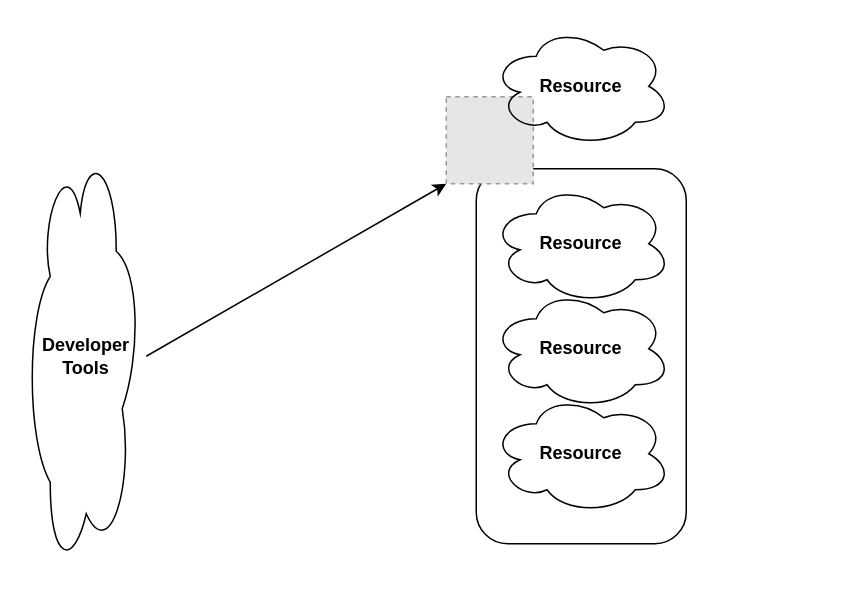
The draw.io diagram integration-account-lifecycle.drawio in nokamoto/draw.io, before the edit. Source tidied: cells renumbered, new cells numbered last; positions are measured from the earlier drawing's top-left corner, leaving out a move shared by most shapes. Both pictures are drawn from the tidied source at 150%, with x=0, y=0 at pixel (26, 26). Pictures stored in the file or linked from it are replaced by grey dashed boxes.
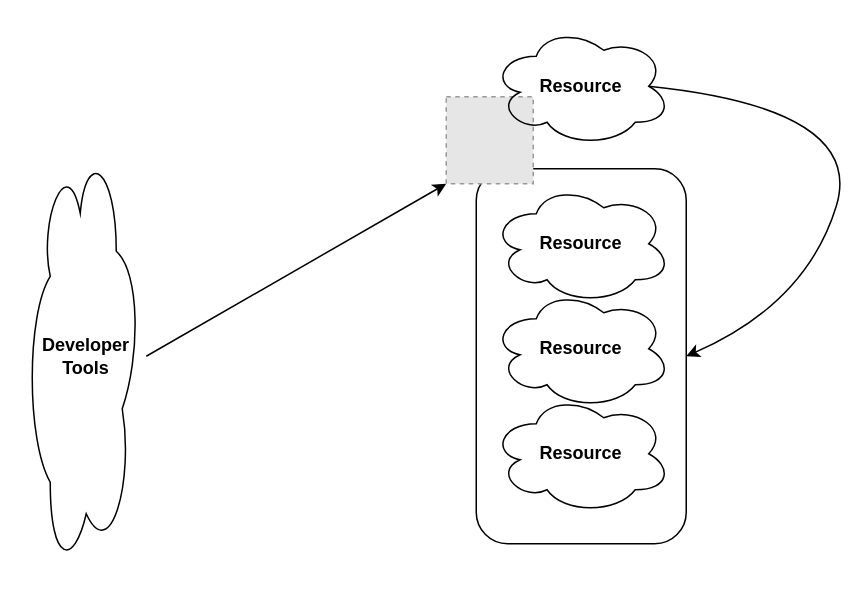
The same page after the edit.

The edit, as a diff of the source:
```diff
@@
 <mxGraphModel>
   <root>
     <mxCell id="0" />
     <mxCell id="1" parent="0" />
     <mxCell id="2" value="&lt;b&gt;Developer Tools&lt;/b&gt;" style="ellipse;shape=cloud;whiteSpace=wrap;html=1;direction=south;" parent="1" vertex="1">
       <mxGeometry y="80" width="80" height="280" as="geometry" />
     </mxCell>
     <mxCell id="3" value="&lt;b&gt;Resource&lt;br&gt;&lt;/b&gt;" style="ellipse;shape=cloud;whiteSpace=wrap;html=1;" parent="1" vertex="1">
       <mxGeometry x="310" y="105" width="120" height="80" as="geometry" />
     </mxCell>
     <mxCell id="4" value="&lt;b&gt;Resource&lt;br&gt;&lt;/b&gt;" style="ellipse;shape=cloud;whiteSpace=wrap;html=1;" parent="1" vertex="1">
       <mxGeometry x="310" y="175" width="120" height="80" as="geometry" />
     </mxCell>
     <mxCell id="5" value="&lt;b&gt;Resource&lt;br&gt;&lt;/b&gt;" style="ellipse;shape=cloud;whiteSpace=wrap;html=1;" parent="1" vertex="1">
       <mxGeometry x="310" y="245" width="120" height="80" as="geometry" />
     </mxCell>
     <mxCell id="6" style="endArrow=classic;html=1;entryX=0;entryY=1;entryDx=0;entryDy=0;" parent="1" edge="1" target="8">
       <mxGeometry relative="1" as="geometry">
         <mxPoint x="80" y="220" as="sourcePoint" />
       </mxGeometry>
     </mxCell>
     <mxCell id="7" style="rounded=1;whiteSpace=wrap;html=1;fillColor=none;" parent="1" vertex="1">
       <mxGeometry x="300" y="95" width="140" height="250" as="geometry" />
     </mxCell>
     <mxCell id="8" style="fillColor=#E6E6E6;strokeColor=#999999;dashed=1;html=1;verticalAlign=top;verticalLabelPosition=bottom;labelBackgroundColor=#ffffff;" parent="1" vertex="1">
       <mxGeometry x="280" y="47" width="58" height="58" as="geometry" />
     </mxCell>
     <mxCell id="9" value="&lt;b&gt;Resource&lt;/b&gt;" style="ellipse;shape=cloud;whiteSpace=wrap;html=1;fillColor=none;" parent="1" vertex="1">
       <mxGeometry x="310" width="120" height="80" as="geometry" />
     </mxCell>
+    <mxCell id="10" style="curved=1;endArrow=classic;html=1;exitX=0.875;exitY=0.5;exitDx=0;exitDy=0;exitPerimeter=0;entryX=1;entryY=0.5;entryDx=0;entryDy=0;" parent="1" edge="1" source="9" target="7">
+      <mxGeometry relative="1" as="geometry">
+        <Array as="points">
+          <mxPoint x="560" y="55" />
+          <mxPoint x="520" y="185" />
+        </Array>
+      </mxGeometry>
+    </mxCell>
   </root>
 </mxGraphModel>
```
